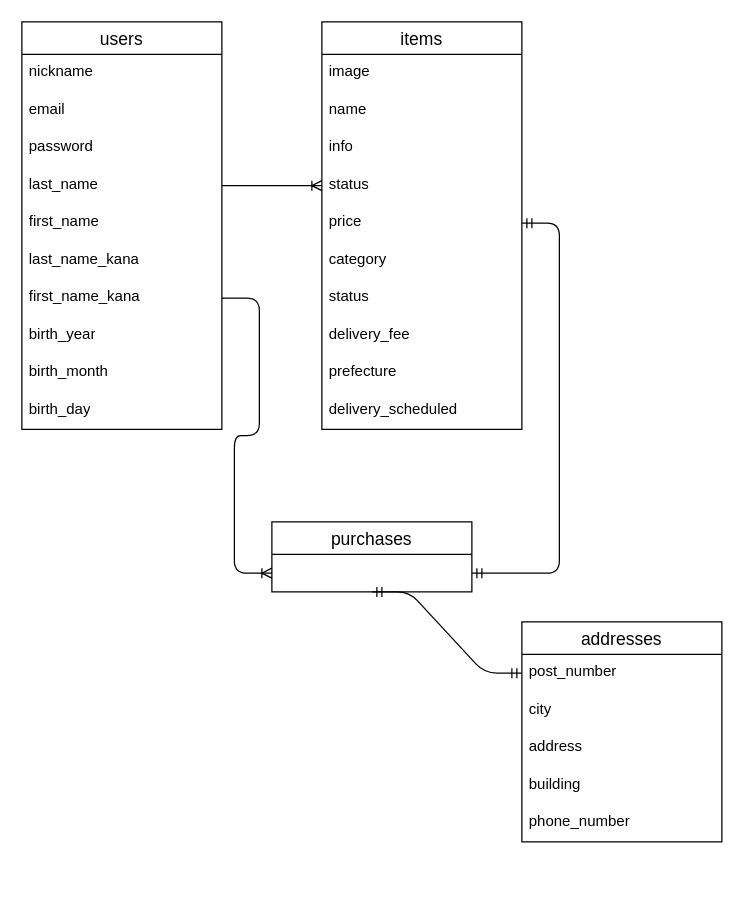
chimg622/furima-47556 keeps this draw.io diagram as er.dio. Above is the earlier version. Source tidied: cells renumbered, new cells numbered last; positions are measured from the earlier drawing's top-left corner, leaving out a move shared by most shapes. Both pictures are drawn from the tidied source at 125%, with x=0, y=0 at pixel (-86, 21).
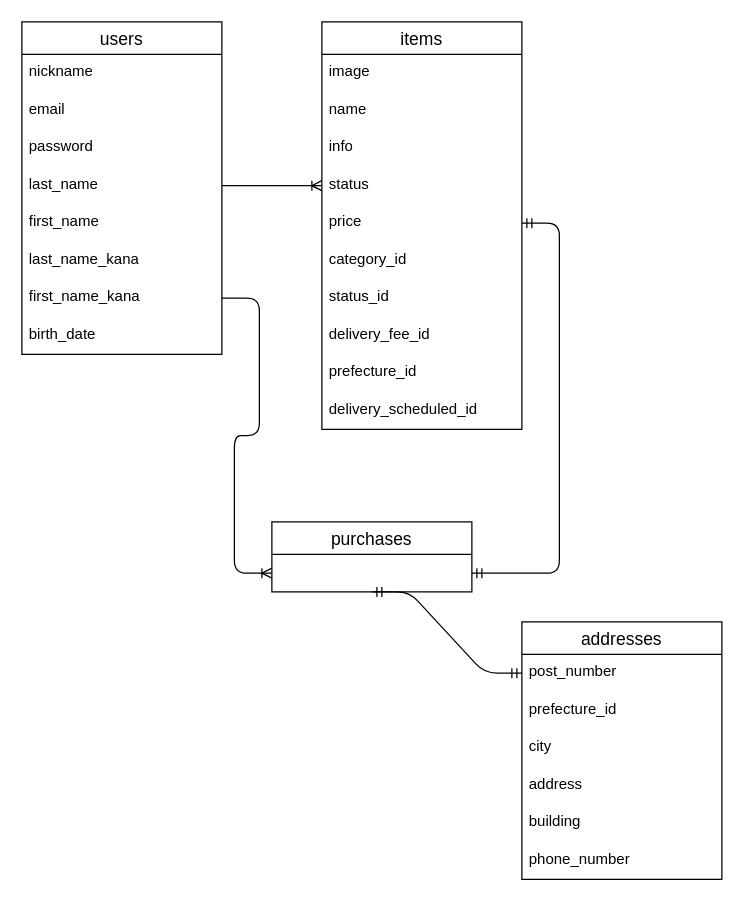
Above is the later version.

Commit message (it also covers changes not shown here):
ER図、READMEの修正(2回目)

The change refers to these unchanged cells:
```xml
<mxCell id="13" value="items" style="swimlane;fontStyle=0;horizontal=1;startSize=26;align=center;fontSize=14;" parent="1" vertex="1">
  <mxGeometry x="326" width="160" height="326" as="geometry" />
</mxCell>
```

The edit, as a diff of the source:
```diff
@@
     <mxCell id="2" value="users" style="swimlane;fontStyle=0;horizontal=1;startSize=26;align=center;fontSize=14;" parent="1" vertex="1">
-      <mxGeometry x="86" width="160" height="326" as="geometry" />
+      <mxGeometry x="86" width="160" height="266" as="geometry" />
     </mxCell>
@@
-    <mxCell id="10" value="birth_year" style="text;strokeColor=none;fillColor=none;spacingLeft=4;spacingRight=4;overflow=hidden;fontSize=12;whiteSpace=wrap;html=1;" parent="2" vertex="1">
+    <mxCell id="10" value="birth_date" style="text;strokeColor=none;fillColor=none;spacingLeft=4;spacingRight=4;overflow=hidden;fontSize=12;whiteSpace=wrap;html=1;" parent="2" vertex="1">
       <mxGeometry y="236" width="160" height="30" as="geometry" />
     </mxCell>
-    <mxCell id="11" value="birth_month" style="text;strokeColor=none;fillColor=none;spacingLeft=4;spacingRight=4;overflow=hidden;fontSize=12;whiteSpace=wrap;html=1;" parent="2" vertex="1">
-      <mxGeometry y="266" width="160" height="30" as="geometry" />
-    </mxCell>
-    <mxCell id="12" value="birth_day" style="text;strokeColor=none;fillColor=none;spacingLeft=4;spacingRight=4;overflow=hidden;fontSize=12;whiteSpace=wrap;html=1;" parent="2" vertex="1">
-      <mxGeometry y="296" width="160" height="30" as="geometry" />
-    </mxCell>
@@
-    <mxCell id="19" value="category" style="text;strokeColor=none;fillColor=none;spacingLeft=4;spacingRight=4;overflow=hidden;fontSize=12;whiteSpace=wrap;html=1;" parent="13" vertex="1">
+    <mxCell id="19" value="category_id" style="text;strokeColor=none;fillColor=none;spacingLeft=4;spacingRight=4;overflow=hidden;fontSize=12;whiteSpace=wrap;html=1;" parent="13" vertex="1">
       <mxGeometry y="176" width="160" height="30" as="geometry" />
     </mxCell>
-    <mxCell id="20" value="status" style="text;strokeColor=none;fillColor=none;spacingLeft=4;spacingRight=4;overflow=hidden;fontSize=12;whiteSpace=wrap;html=1;" parent="13" vertex="1">
+    <mxCell id="20" value="status_id" style="text;strokeColor=none;fillColor=none;spacingLeft=4;spacingRight=4;overflow=hidden;fontSize=12;whiteSpace=wrap;html=1;" parent="13" vertex="1">
       <mxGeometry y="206" width="160" height="30" as="geometry" />
     </mxCell>
-    <mxCell id="21" value="delivery_fee" style="text;strokeColor=none;fillColor=none;spacingLeft=4;spacingRight=4;overflow=hidden;fontSize=12;whiteSpace=wrap;html=1;" parent="13" vertex="1">
+    <mxCell id="21" value="delivery_fee_id" style="text;strokeColor=none;fillColor=none;spacingLeft=4;spacingRight=4;overflow=hidden;fontSize=12;whiteSpace=wrap;html=1;" parent="13" vertex="1">
       <mxGeometry y="236" width="160" height="30" as="geometry" />
     </mxCell>
-    <mxCell id="22" value="prefecture" style="text;strokeColor=none;fillColor=none;spacingLeft=4;spacingRight=4;overflow=hidden;fontSize=12;whiteSpace=wrap;html=1;" parent="13" vertex="1">
+    <mxCell id="22" value="prefecture_id" style="text;strokeColor=none;fillColor=none;spacingLeft=4;spacingRight=4;overflow=hidden;fontSize=12;whiteSpace=wrap;html=1;" parent="13" vertex="1">
       <mxGeometry y="266" width="160" height="30" as="geometry" />
     </mxCell>
-    <mxCell id="23" value="delivery_scheduled" style="text;strokeColor=none;fillColor=none;spacingLeft=4;spacingRight=4;overflow=hidden;fontSize=12;whiteSpace=wrap;html=1;" parent="13" vertex="1">
+    <mxCell id="23" value="delivery_scheduled_id" style="text;strokeColor=none;fillColor=none;spacingLeft=4;spacingRight=4;overflow=hidden;fontSize=12;whiteSpace=wrap;html=1;" parent="13" vertex="1">
       <mxGeometry y="296" width="160" height="30" as="geometry" />
     </mxCell>
@@
     <mxCell id="28" value="addresses" style="swimlane;fontStyle=0;horizontal=1;startSize=26;align=center;fontSize=14;" parent="1" vertex="1">
-      <mxGeometry x="486" y="480" width="160" height="176" as="geometry" />
+      <mxGeometry x="486" y="480" width="160" height="206" as="geometry" />
     </mxCell>
@@
+    <mxCell id="35" value="prefecture_id" style="text;strokeColor=none;fillColor=none;spacingLeft=4;spacingRight=4;overflow=hidden;fontSize=12;whiteSpace=wrap;html=1;" parent="28" vertex="1">
+      <mxGeometry y="56" width="160" height="30" as="geometry" />
+    </mxCell>
     <mxCell id="30" value="city" style="text;strokeColor=none;fillColor=none;spacingLeft=4;spacingRight=4;overflow=hidden;fontSize=12;whiteSpace=wrap;html=1;" parent="28" vertex="1">
-      <mxGeometry y="56" width="160" height="30" as="geometry" />
+      <mxGeometry y="86" width="160" height="30" as="geometry" />
     </mxCell>
     <mxCell id="31" value="address" style="text;strokeColor=none;fillColor=none;spacingLeft=4;spacingRight=4;overflow=hidden;fontSize=12;whiteSpace=wrap;html=1;" parent="28" vertex="1">
-      <mxGeometry y="86" width="160" height="30" as="geometry" />
+      <mxGeometry y="116" width="160" height="30" as="geometry" />
     </mxCell>
     <mxCell id="32" value="building" style="text;strokeColor=none;fillColor=none;spacingLeft=4;spacingRight=4;overflow=hidden;fontSize=12;whiteSpace=wrap;html=1;" parent="28" vertex="1">
-      <mxGeometry y="116" width="160" height="30" as="geometry" />
+      <mxGeometry y="146" width="160" height="30" as="geometry" />
     </mxCell>
     <mxCell id="33" value="phone_number" style="text;strokeColor=none;fillColor=none;spacingLeft=4;spacingRight=4;overflow=hidden;fontSize=12;whiteSpace=wrap;html=1;" parent="28" vertex="1">
-      <mxGeometry y="146" width="160" height="30" as="geometry" />
+      <mxGeometry y="176" width="160" height="30" as="geometry" />
     </mxCell>
```
